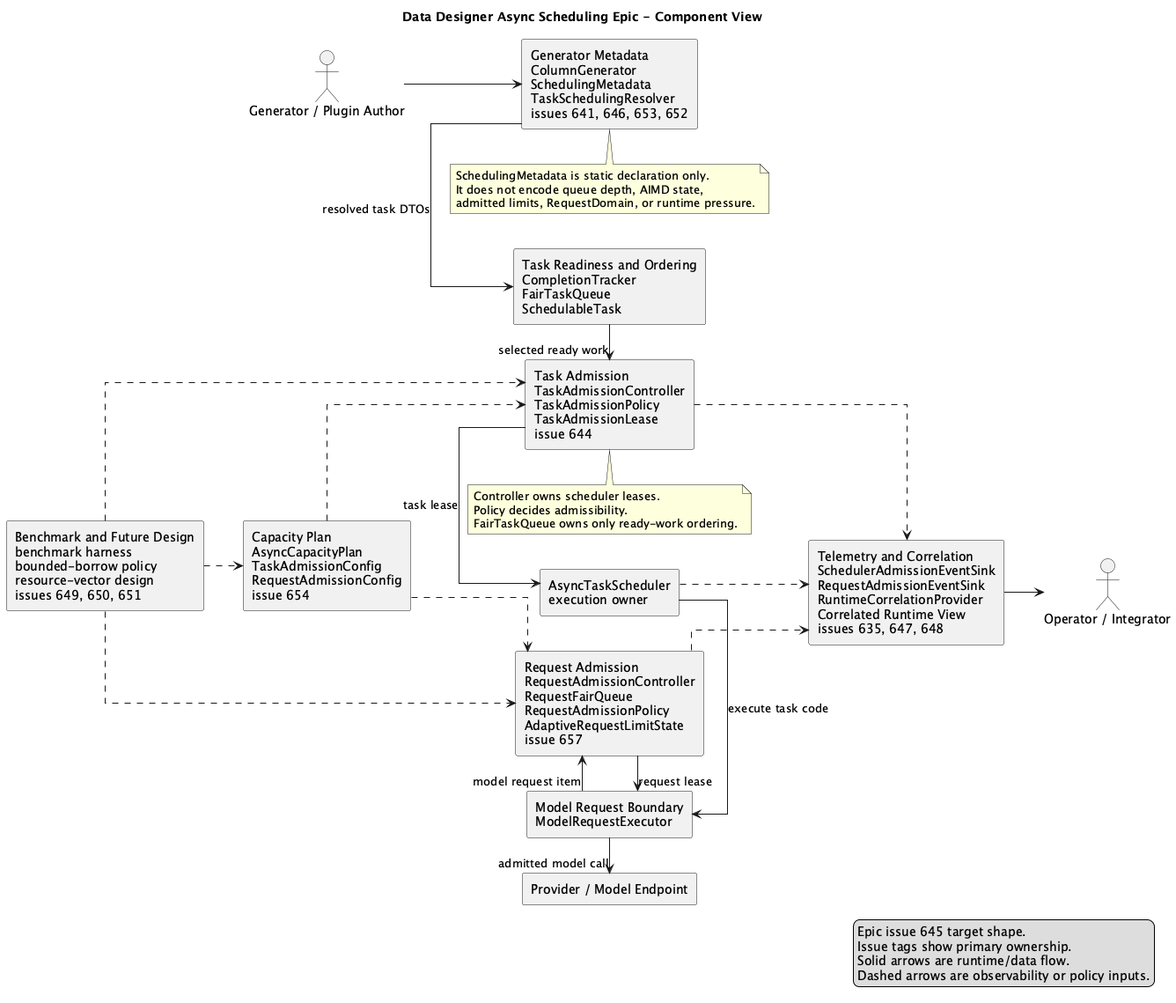
Before: plans/645/AsyncSchedulingEpicComponent.png, a diagram exported from PlantUML (NVIDIA-NeMo/DataDesigner). Source of this version:
```plantuml
@startuml AsyncSchedulingEpicComponent
title Data Designer Async Scheduling Epic - Component View

left to right direction
skinparam componentStyle rectangle
skinparam shadowing false
skinparam packageStyle rectangle
skinparam linetype ortho
skinparam nodesep 40
skinparam ranksep 45

legend right
  Epic issue 645 target shape.
  Issue tags show primary ownership.
  Solid arrows are runtime/data flow.
  Dashed arrows are observability or policy inputs.
endlegend

actor "Generator / Plugin Author" as Author
actor "Operator / Integrator" as Operator

component "Generator Metadata\nColumnGenerator\nSchedulingMetadata\nTaskSchedulingResolver\nissues 641, 646, 653, 652" as MetadataStage
component "Task Readiness and Ordering\nCompletionTracker\nFairTaskQueue\nSchedulableTask" as TaskQueueStage
component "Task Admission\nTaskAdmissionController\nTaskAdmissionPolicy\nTaskAdmissionLease\nissue 644" as TaskAdmissionStage
component "AsyncTaskScheduler\nexecution owner" as SchedulerStage
component "Model Request Boundary\nModelRequestExecutor" as ModelBoundaryStage
component "Request Admission\nRequestAdmissionController\nRequestFairQueue\nRequestAdmissionPolicy\nAdaptiveRequestLimitState\nissue 657" as RequestAdmissionStage
component "Provider / Model Endpoint" as ProviderStage

component "Capacity Plan\nAsyncCapacityPlan\nTaskAdmissionConfig\nRequestAdmissionConfig\nissue 654" as CapacityStage
component "Telemetry and Correlation\nSchedulerAdmissionEventSink\nRequestAdmissionEventSink\nRuntimeCorrelationProvider\nCorrelated Runtime View\nissues 635, 647, 648" as TelemetryStage
component "Benchmark and Future Design\nbenchmark harness\nbounded-borrow policy\nresource-vector design\nissues 649, 650, 651" as EvidenceStage

Author --> MetadataStage
MetadataStage -right-> TaskQueueStage : resolved task DTOs
TaskQueueStage -right-> TaskAdmissionStage : selected ready work
TaskAdmissionStage -right-> SchedulerStage : task lease
SchedulerStage -right-> ModelBoundaryStage : execute task code
ModelBoundaryStage -right-> RequestAdmissionStage : model request item
RequestAdmissionStage -right-> ModelBoundaryStage : request lease
ModelBoundaryStage -right-> ProviderStage : admitted model call

CapacityStage ..> TaskAdmissionStage
CapacityStage ..> RequestAdmissionStage
TaskAdmissionStage ..> TelemetryStage
RequestAdmissionStage ..> TelemetryStage
SchedulerStage ..> TelemetryStage
TelemetryStage --> Operator
EvidenceStage ..> CapacityStage
EvidenceStage ..> TaskAdmissionStage
EvidenceStage ..> RequestAdmissionStage

note bottom of TaskAdmissionStage
  Controller owns scheduler leases.
  Policy decides admissibility.
  FairTaskQueue owns only ready-work ordering.
end note

note bottom of MetadataStage
  SchedulingMetadata is static declaration only.
  It does not encode queue depth, AIMD state,
  admitted limits, RequestDomain, or runtime pressure.
end note

@enduml
```
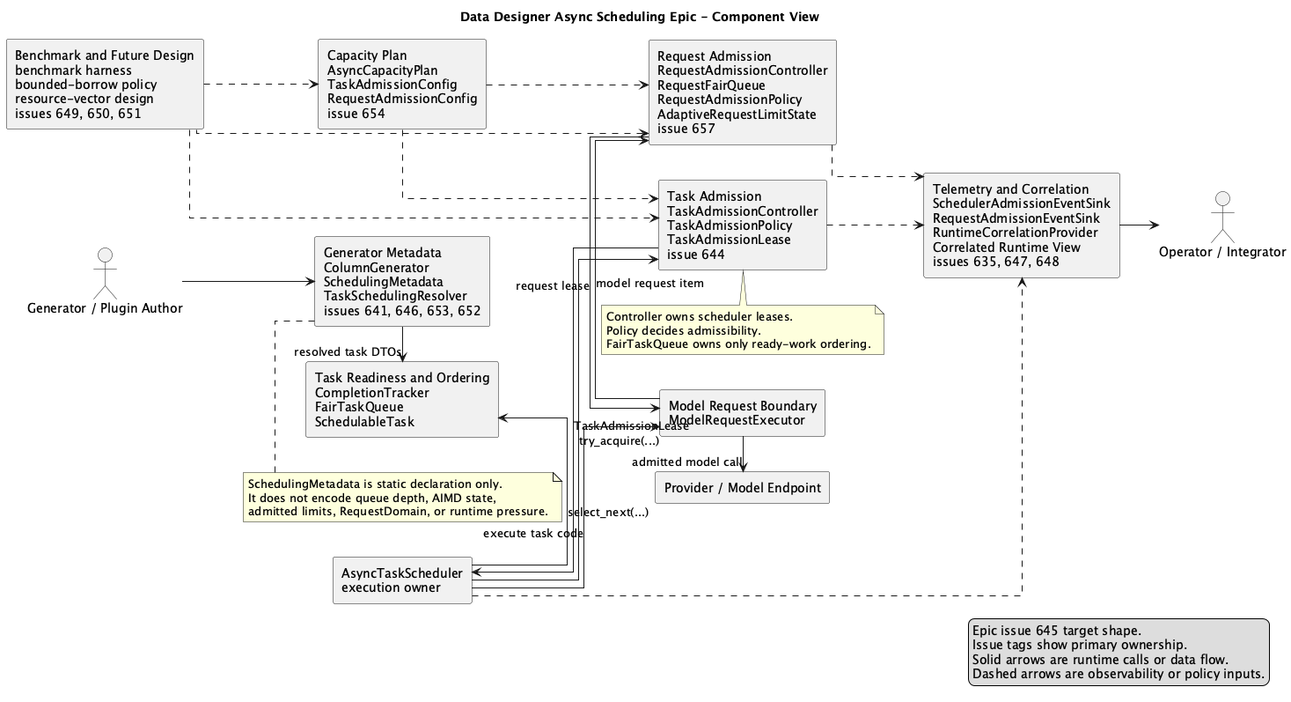
After the change.

Commit message:
docs: clarify async scheduler control ownership

What changed in the source:
```diff
@@ -12,7 +12,7 @@
 legend right
   Epic issue 645 target shape.
   Issue tags show primary ownership.
-  Solid arrows are runtime/data flow.
+  Solid arrows are runtime calls or data flow.
   Dashed arrows are observability or policy inputs.
 endlegend
 
@@ -33,8 +33,9 @@
 
 Author --> MetadataStage
 MetadataStage -right-> TaskQueueStage : resolved task DTOs
-TaskQueueStage -right-> TaskAdmissionStage : selected ready work
-TaskAdmissionStage -right-> SchedulerStage : task lease
+SchedulerStage -left-> TaskQueueStage : select_next(...)
+SchedulerStage -down-> TaskAdmissionStage : try_acquire(...)
+TaskAdmissionStage -up-> SchedulerStage : TaskAdmissionLease
 SchedulerStage -right-> ModelBoundaryStage : execute task code
 ModelBoundaryStage -right-> RequestAdmissionStage : model request item
 RequestAdmissionStage -right-> ModelBoundaryStage : request lease
```
